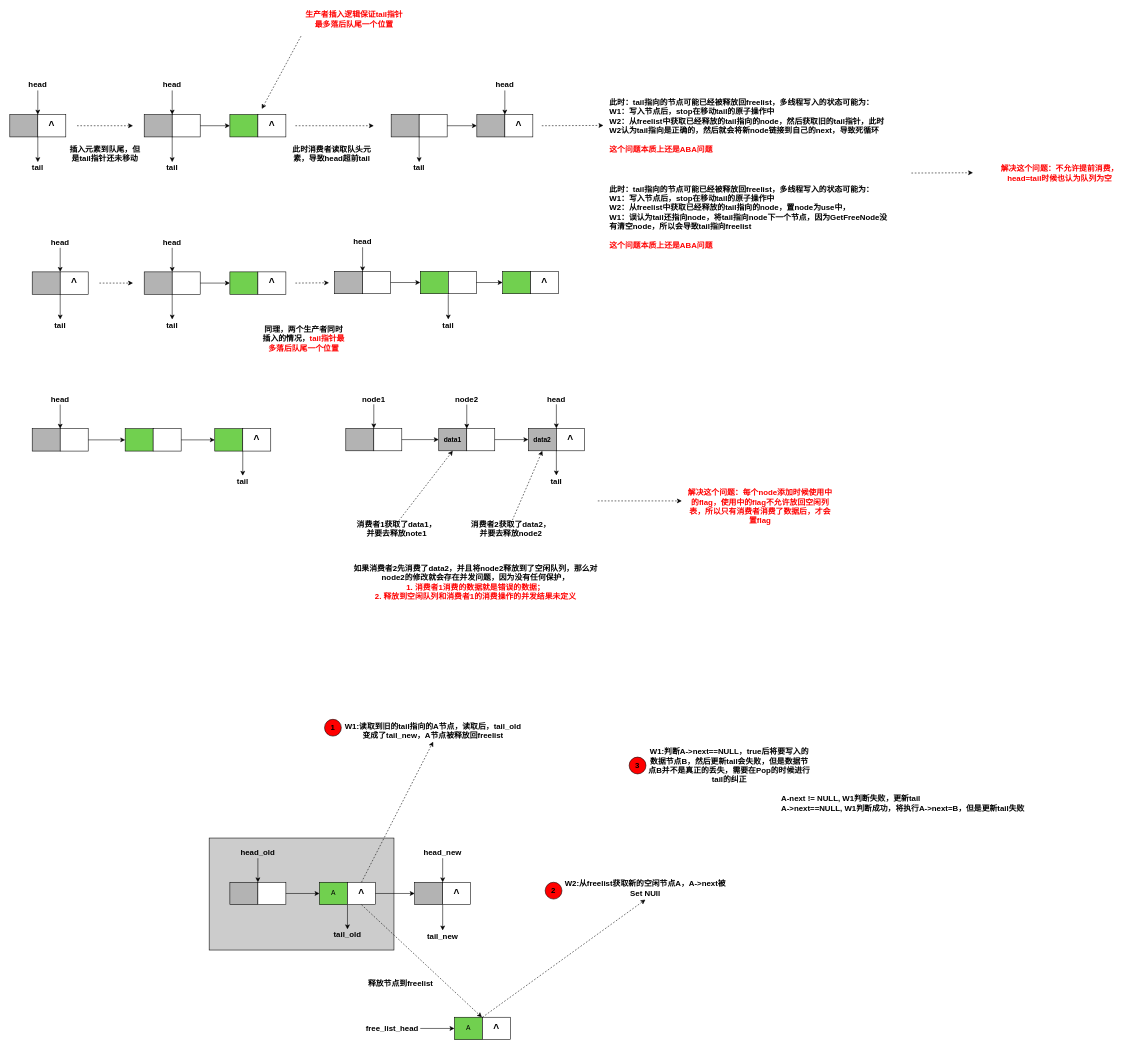
This is shm_queue_lf.drawio from walkerdu/draw_io, a draw.io file, before an edit. Source tidied: cells renumbered, new cells numbered last; positions are measured from the earlier drawing's top-left corner, leaving out a move shared by most shapes. Both pictures are drawn from the tidied source at 56%, with x=0, y=0 at pixel (10, 13).
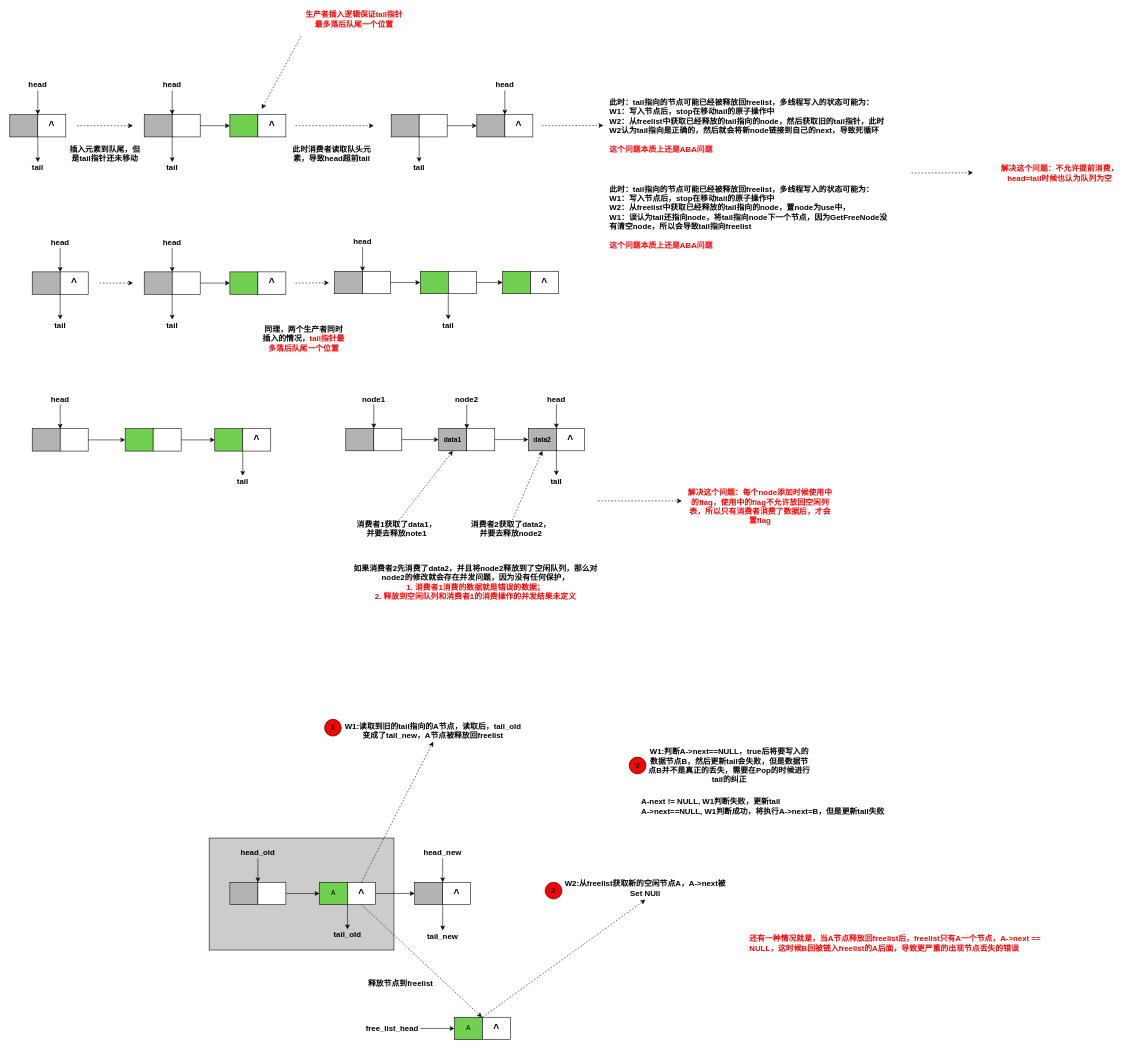
Above is the later version.

The edit, as a diff of the source:
```diff
@@
     <mxCell id="155" value="&lt;div style=&quot;text-align: left&quot;&gt;&lt;b style=&quot;font-size: 14px&quot;&gt;A-next != NULL, W1判断失败，更新tail&lt;/b&gt;&lt;/div&gt;&lt;span style=&quot;font-size: 14px&quot;&gt;&lt;div style=&quot;text-align: left&quot;&gt;&lt;b&gt;A-&amp;gt;next==NULL, W1判断成功，将执行A-&amp;gt;next=B，但是更新tail失败&lt;/b&gt;&lt;/div&gt;&lt;/span&gt;" style="text;html=1;strokeColor=none;fillColor=none;align=center;verticalAlign=middle;whiteSpace=wrap;rounded=0;" parent="1" vertex="1">
-      <mxGeometry x="1330" y="1370" width="530" height="79" as="geometry" />
+      <mxGeometry x="1080" y="1375" width="530" height="79" as="geometry" />
     </mxCell>
+    <mxCell id="156" value="&lt;div style=&quot;text-align: left&quot;&gt;&lt;span style=&quot;font-size: 14px&quot;&gt;&lt;b&gt;&lt;font color=&quot;#ff0000&quot;&gt;还有一种情况就是，当A节点释放回freelist后，freelist只有A一个节点，A-&amp;gt;next == NULL，这时候B回被链入freelist的A后面，导致更严重的出现节点丢失的错误&lt;/font&gt;&lt;/b&gt;&lt;/span&gt;&lt;/div&gt;" style="text;html=1;strokeColor=none;fillColor=none;align=center;verticalAlign=middle;whiteSpace=wrap;rounded=0;" parent="1" vertex="1">
+      <mxGeometry x="1320" y="1620" width="530" height="79" as="geometry" />
+    </mxCell>
```
